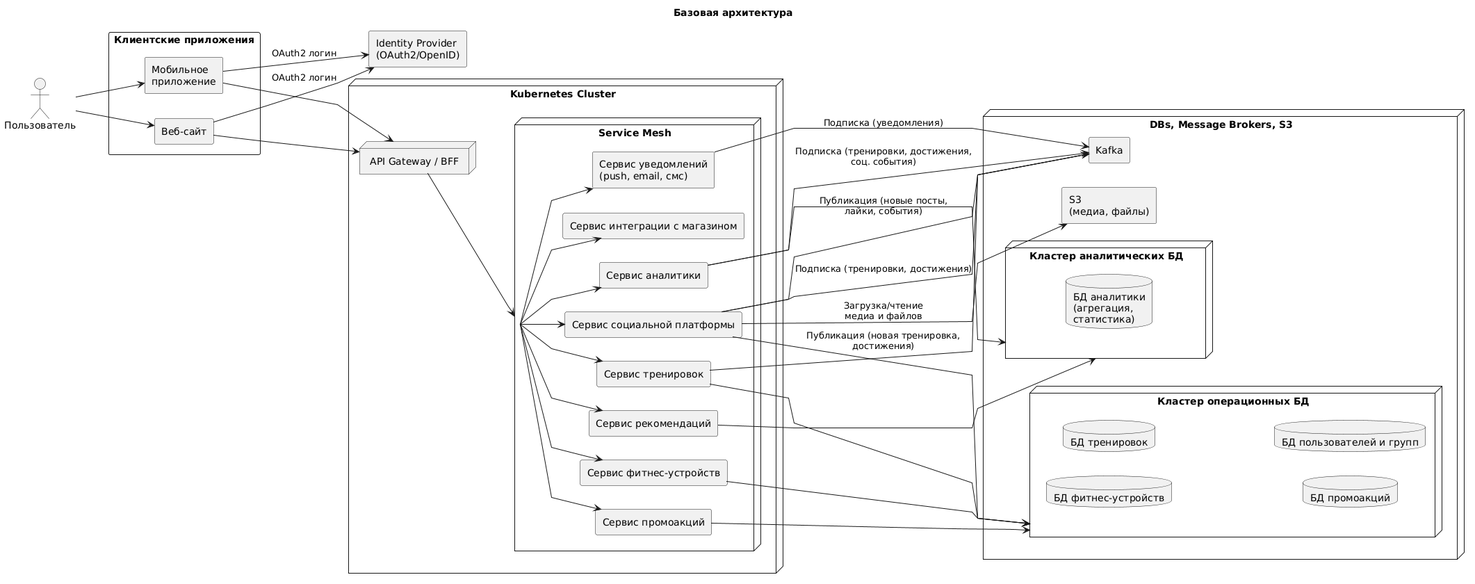
Before: assets/basic_architecture.png, a diagram exported from PlantUML (f0rw4rd-dev/sb-final-project). Its diagram source:
```plantuml
@startuml
skinparam linetype polyline
left to right direction
skinparam rectangle {
  Rounded true
}
skinparam node {
  Rounded true
}

title Базовая архитектура

actor "Пользователь" as User

rectangle "Identity Provider\n(OAuth2/OpenID)" as IDP

rectangle "Клиентские приложения" as Clients {
  rectangle "Мобильное\nприложение" as MobileApp
  rectangle "Веб-сайт" as WebClient
}

node "Kubernetes Cluster" as K8s {
  node "API Gateway / BFF" as APIGateway

  node "Service Mesh" as SM {
    rectangle "Сервис социальной платформы" as SocialService
    rectangle "Сервис тренировок" as TrainingService
    rectangle "Сервис аналитики" as AnalyticsService
    rectangle "Сервис рекомендаций" as RecoService
    rectangle "Сервис фитнес-устройств" as IntegrationService
    rectangle "Сервис промоакций" as PromoService
    rectangle "Сервис интеграции с магазином" as EcomService
    rectangle "Сервис уведомлений\n(push, email, смс)" as NotifyService
  }
}

node "DBs, Message Brokers, S3" as DataInfra {

  node "Кластер операционных БД" as OpCluster {
    database "БД фитнес-устройств" as IntegrationDB
    database "БД тренировок" as TrainingDB
    database "БД промоакций" as PromoDB
    database "БД пользователей и групп" as SocialDB
  }

  node "Кластер аналитических БД" as AnCluster {
    database "БД аналитики\n(агрегация,\nстатистика)" as AnalyticsDB
  }

  rectangle "Kafka" as Broker
  rectangle "S3\n(медиа, файлы)" as ObjStorage
}


User --> MobileApp
User --> WebClient

MobileApp --> IDP : OAuth2 логин
WebClient --> IDP : OAuth2 логин

MobileApp --> APIGateway
WebClient --> APIGateway

APIGateway --> SM

SM --> SocialService
SM --> TrainingService
SM --> AnalyticsService
SM --> RecoService
SM --> IntegrationService
SM --> EcomService
SM --> PromoService
SM --> NotifyService

SocialService --> OpCluster
TrainingService --> OpCluster
PromoService --> OpCluster
IntegrationService --> OpCluster

AnalyticsService --> AnCluster
RecoService --> AnCluster

SocialService --> Broker : Публикация (новые посты,\nлайки, события)
TrainingService --> Broker : Публикация (новая тренировка,\nдостижения)
NotifyService --> Broker : Подписка (уведомления)
SocialService --> Broker : Подписка (тренировки, достижения)
AnalyticsService --> Broker : Подписка (тренировки, достижения,\nсоц. события)

SocialService --> ObjStorage : Загрузка/чтение\nмедиа и файлов
@enduml
```
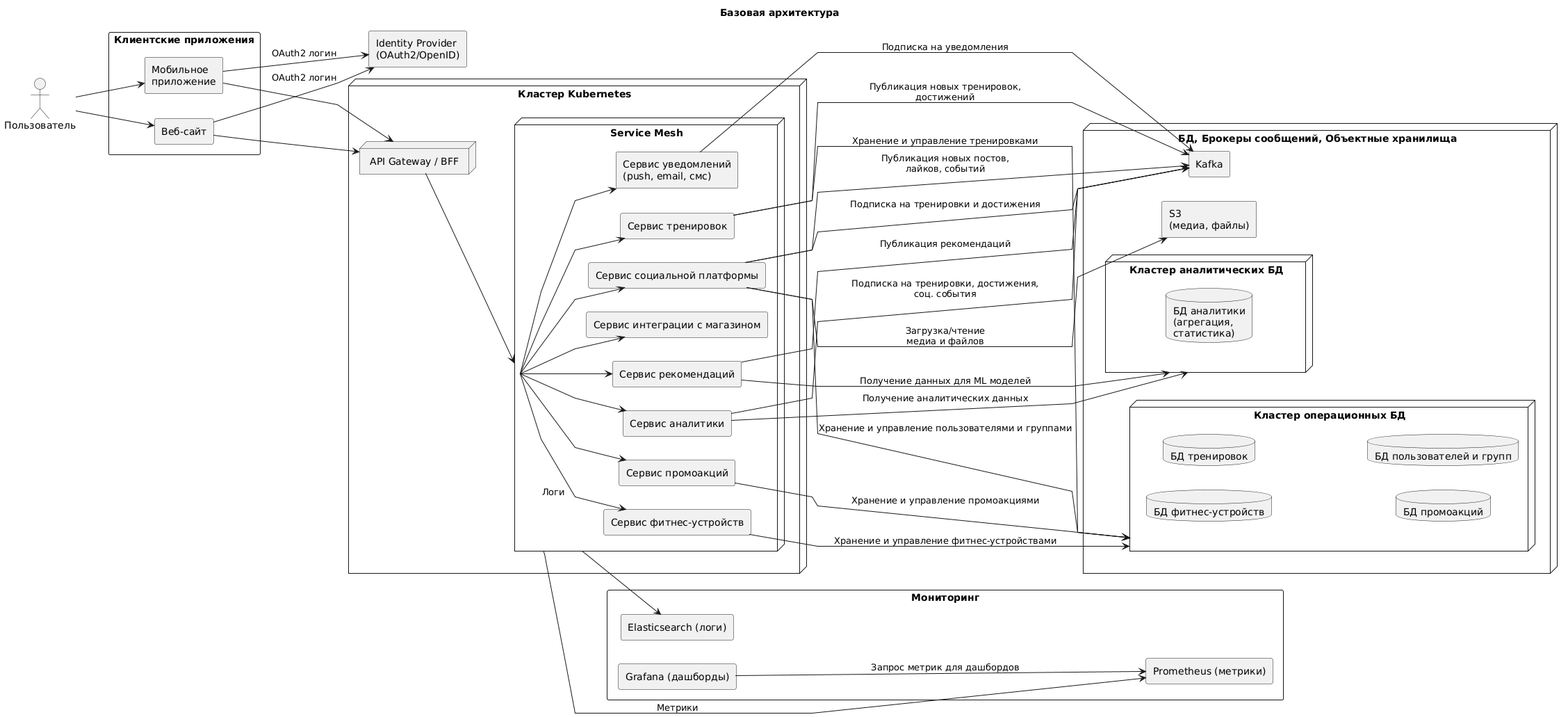
The same file after the commit.

What changed in the source:
```diff
@@ -19,7 +19,7 @@
   rectangle "Веб-сайт" as WebClient
 }
 
-node "Kubernetes Cluster" as K8s {
+node "Кластер Kubernetes" as K8s {
   node "API Gateway / BFF" as APIGateway
 
   node "Service Mesh" as SM {
@@ -34,7 +34,7 @@
   }
 }
 
-node "DBs, Message Brokers, S3" as DataInfra {
+node "БД, Брокеры сообщений, Объектные хранилища" as DataInfra {
 
   node "Кластер операционных БД" as OpCluster {
     database "БД фитнес-устройств" as IntegrationDB
@@ -51,6 +51,11 @@
   rectangle "S3\n(медиа, файлы)" as ObjStorage
 }
 
+rectangle "Мониторинг" as Observability {
+  rectangle "Prometheus (метрики)" as Prom
+  rectangle "Elasticsearch (логи)" as Elastic
+  rectangle "Grafana (дашборды)" as Grafana
+}
 
 User --> MobileApp
 User --> WebClient
@@ -72,19 +77,24 @@
 SM --> PromoService
 SM --> NotifyService
 
-SocialService --> OpCluster
-TrainingService --> OpCluster
-PromoService --> OpCluster
-IntegrationService --> OpCluster
+SocialService --> OpCluster : Хранение и управление пользователями и группами
+TrainingService --> OpCluster : Хранение и управление тренировками
+PromoService --> OpCluster : Хранение и управление промоакциями
+IntegrationService --> OpCluster : Хранение и управление фитнес-устройствами
 
-AnalyticsService --> AnCluster
-RecoService --> AnCluster
+AnalyticsService --> AnCluster : Получение аналитических данных
+RecoService --> AnCluster : Получение данных для ML моделей
 
-SocialService --> Broker : Публикация (новые посты,\nлайки, события)
-TrainingService --> Broker : Публикация (новая тренировка,\nдостижения)
-NotifyService --> Broker : Подписка (уведомления)
-SocialService --> Broker : Подписка (тренировки, достижения)
-AnalyticsService --> Broker : Подписка (тренировки, достижения,\nсоц. события)
+SocialService --> Broker : Публикация новых постов,\nлайков, событий
+TrainingService --> Broker : Публикация новых тренировок,\nдостижений
+NotifyService --> Broker : Подписка на уведомления
+SocialService --> Broker : Подписка на тренировки и достижения
+AnalyticsService --> Broker : Подписка на тренировки, достижения,\nсоц. события
+RecoService --> Broker : Публикация рекомендаций
 
 SocialService --> ObjStorage : Загрузка/чтение\nмедиа и файлов
+
+SM --> Elastic : Логи
+SM --> Prom : Метрики
+Grafana --> Prom : Запрос метрик для дашбордов
 @enduml
```
